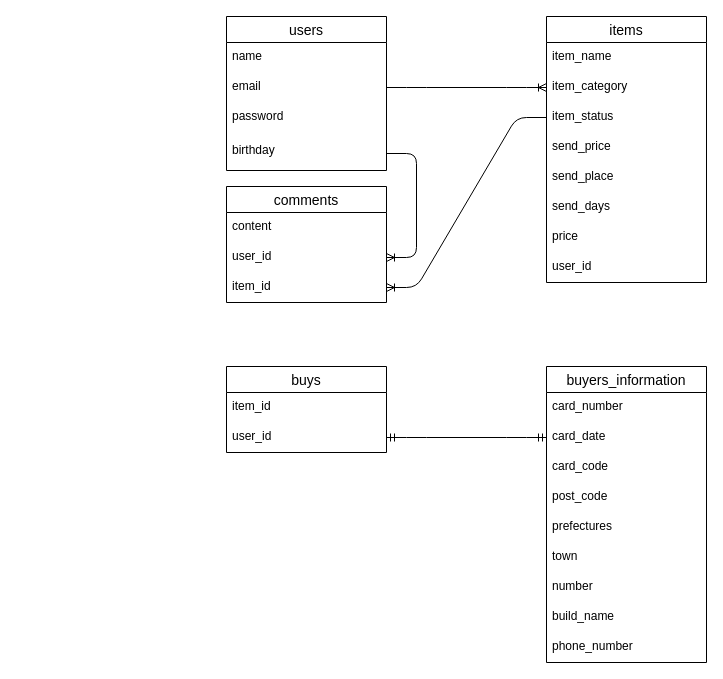
Before: config/test.dio in ryo19861210/furima-37671, a draw.io diagram. Source tidied: cells renumbered, new cells numbered last; positions are measured from the earlier drawing's top-left corner, leaving out a move shared by most shapes. Both pictures are drawn from the tidied source at 100%, with x=0, y=0 at pixel (226, 16).
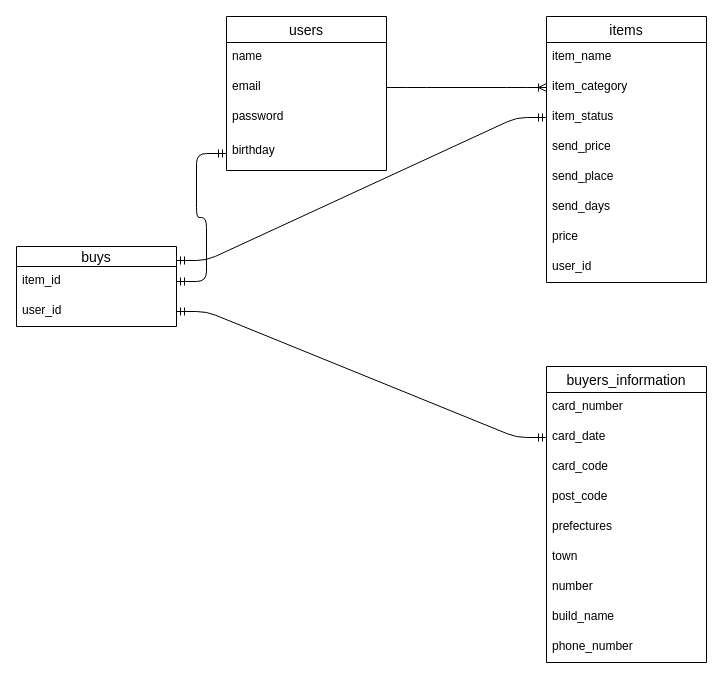
The same diagram, later.

Commit message (it also covers changes not shown here):
データベース設計３回目

Unchanged cells that the change refers to:
```xml
<mxCell id="6" value="birthday" style="text;strokeColor=none;fillColor=none;spacingLeft=4;spacingRight=4;overflow=hidden;points=[[0,0.5],[1,0.5]];portConstraint=eastwest;fontSize=12;" parent="2" vertex="1">
  <mxGeometry y="120" width="160" height="34" as="geometry" />
</mxCell>
<mxCell id="10" value="item_status" style="text;strokeColor=none;fillColor=none;spacingLeft=4;spacingRight=4;overflow=hidden;points=[[0,0.5],[1,0.5]];portConstraint=eastwest;fontSize=12;" parent="7" vertex="1">
  <mxGeometry y="86" width="160" height="30" as="geometry" />
</mxCell>
```

What changed in the source:
```diff
@@
-    <mxCell id="17" value="comments" style="swimlane;fontStyle=0;horizontal=1;startSize=26;align=center;fontSize=14;" parent="1" vertex="1">
-      <mxGeometry y="170" width="160" height="116" as="geometry" />
-    </mxCell>
-    <mxCell id="18" value="content" style="text;strokeColor=none;fillColor=none;spacingLeft=4;spacingRight=4;overflow=hidden;fontSize=12;" parent="17" vertex="1">
-      <mxGeometry y="26" width="160" height="30" as="geometry" />
-    </mxCell>
-    <mxCell id="19" value="user_id" style="text;strokeColor=none;fillColor=none;spacingLeft=4;spacingRight=4;overflow=hidden;points=[[0,0.5],[1,0.5]];portConstraint=eastwest;fontSize=12;" parent="17" vertex="1">
-      <mxGeometry y="56" width="160" height="30" as="geometry" />
-    </mxCell>
-    <mxCell id="20" value="item_id" style="text;strokeColor=none;fillColor=none;spacingLeft=4;spacingRight=4;overflow=hidden;points=[[0,0.5],[1,0.5]];portConstraint=eastwest;fontSize=12;" parent="17" vertex="1">
-      <mxGeometry y="86" width="160" height="30" as="geometry" />
-    </mxCell>
-    <mxCell id="21" style="edgeStyle=entityRelationEdgeStyle;fontSize=12;html=1;endArrow=ERoneToMany;entryX=1;entryY=0.5;entryDx=0;entryDy=0;exitX=1;exitY=0.5;exitDx=0;exitDy=0;" parent="1" edge="1" source="6" target="19">
-      <mxGeometry relative="1" as="geometry" />
-    </mxCell>
-    <mxCell id="22" style="edgeStyle=entityRelationEdgeStyle;fontSize=12;html=1;endArrow=ERoneToMany;exitX=0;exitY=0.5;exitDx=0;exitDy=0;" parent="1" edge="1" source="10" target="20">
-      <mxGeometry relative="1" as="geometry" />
-    </mxCell>
-    <mxCell id="23" value="buys" style="swimlane;fontStyle=0;horizontal=1;startSize=26;align=center;fontSize=14;" parent="1" vertex="1">
-      <mxGeometry y="350" width="160" height="86" as="geometry" />
+    <mxCell id="23" value="buys" style="swimlane;fontStyle=0;horizontal=1;startSize=20;align=center;fontSize=14;" parent="1" vertex="1">
+      <mxGeometry x="-210" y="230" width="160" height="80" as="geometry" />
     </mxCell>
     <mxCell id="24" value="item_id" style="text;strokeColor=none;fillColor=none;spacingLeft=4;spacingRight=4;overflow=hidden;points=[[0,0.5],[1,0.5]];portConstraint=eastwest;fontSize=12;" parent="23" vertex="1">
-      <mxGeometry y="26" width="160" height="30" as="geometry" />
+      <mxGeometry y="20" width="160" height="30" as="geometry" />
     </mxCell>
     <mxCell id="25" value="user_id" style="text;strokeColor=none;fillColor=none;spacingLeft=4;spacingRight=4;overflow=hidden;points=[[0,0.5],[1,0.5]];portConstraint=eastwest;fontSize=12;" parent="23" vertex="1">
-      <mxGeometry y="56" width="160" height="30" as="geometry" />
+      <mxGeometry y="50" width="160" height="30" as="geometry" />
     </mxCell>
@@
+    <mxCell id="37" style="edgeStyle=entityRelationEdgeStyle;fontSize=12;html=1;endArrow=ERmandOne;startArrow=ERmandOne;exitX=1;exitY=0.5;exitDx=0;exitDy=0;entryX=0;entryY=0.5;entryDx=0;entryDy=0;" parent="1" edge="1" source="24" target="6">
+      <mxGeometry relative="1" as="geometry" />
+    </mxCell>
+    <mxCell id="38" style="edgeStyle=entityRelationEdgeStyle;fontSize=12;html=1;endArrow=ERmandOne;startArrow=ERmandOne;entryX=0;entryY=0.5;entryDx=0;entryDy=0;" parent="1" edge="1" target="10">
+      <mxGeometry relative="1" as="geometry">
+        <mxPoint x="-50" y="244" as="sourcePoint" />
+      </mxGeometry>
+    </mxCell>
```
